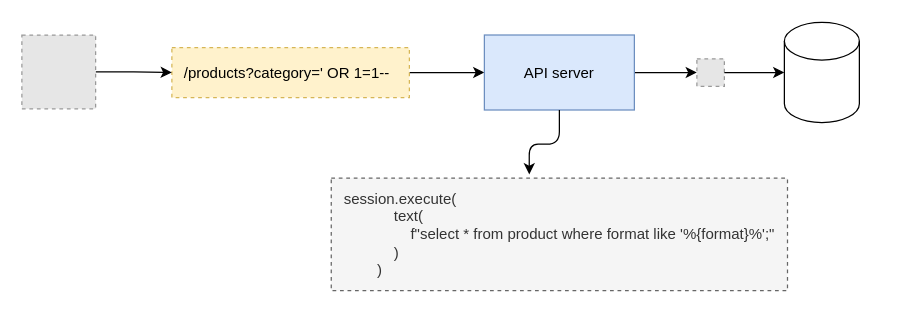
Earlier version of the draw.io diagram page "2.2" (2 of 3) of ch02.drawio (abunuwas/api-sec-book-imgs). Source tidied: cells renumbered, new cells numbered last; positions are measured from the earlier drawing's top-left corner, leaving out a move shared by most shapes. Both pictures are drawn from the tidied source at 125%, with x=0, y=0 at pixel (21, 22). Pictures stored in the file or linked from it are replaced by grey dashed boxes.
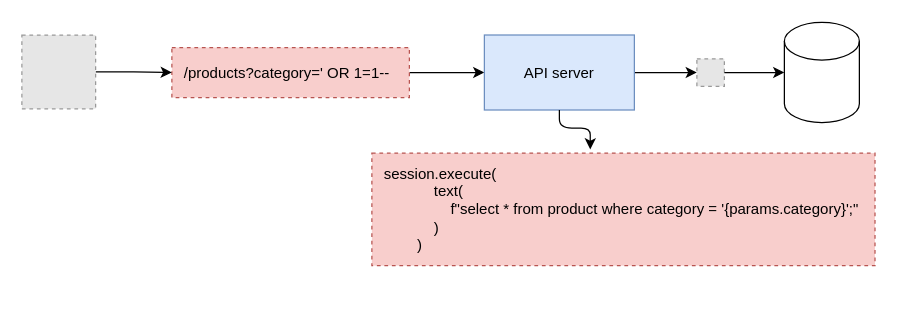
After the change.

Change to the diagram source:
```diff
@@
 <mxGraphModel>
   <root>
     <mxCell id="0" />
     <mxCell id="1" parent="0" />
     <mxCell id="2" style="edgeStyle=orthogonalEdgeStyle;rounded=0;jettySize=auto;html=1;entryX=0;entryY=0.5;entryDx=0;entryDy=0;" parent="1" edge="1" source="3" target="5">
       <mxGeometry relative="1" as="geometry" />
     </mxCell>
-    <mxCell id="3" value="/products?category=' OR 1=1--" style="rounded=0;whiteSpace=wrap;html=1;dashed=1;align=left;spacing=10;fillColor=#fff2cc;strokeColor=#d6b656;" parent="1" vertex="1">
+    <mxCell id="3" value="/products?category=' OR 1=1--" style="rounded=0;whiteSpace=wrap;html=1;dashed=1;align=left;spacing=10;fillColor=#f8cecc;strokeColor=#b85450;" parent="1" vertex="1">
       <mxGeometry x="120" y="19.5" width="190" height="40" as="geometry" />
     </mxCell>
     <mxCell id="4" style="edgeStyle=orthogonalEdgeStyle;rounded=0;jettySize=auto;html=1;entryX=0;entryY=0.5;entryDx=0;entryDy=0;" parent="1" edge="1" source="5" target="9">
       <mxGeometry relative="1" as="geometry" />
     </mxCell>
     <mxCell id="5" value="API server" style="rounded=0;whiteSpace=wrap;html=1;fillColor=#dae8fc;strokeColor=#6c8ebf;" parent="1" vertex="1">
       <mxGeometry x="370" y="9.5" width="120" height="60" as="geometry" />
     </mxCell>
     <mxCell id="6" style="edgeStyle=orthogonalEdgeStyle;rounded=0;jettySize=auto;html=1;entryX=0;entryY=0.5;entryDx=0;entryDy=0;" parent="1" edge="1" source="7" target="3">
       <mxGeometry relative="1" as="geometry" />
     </mxCell>
     <mxCell id="7" style="fillColor=#E6E6E6;strokeColor=#999999;dashed=1;html=1;verticalAlign=top;verticalLabelPosition=bottom;labelBackgroundColor=#ffffff;" parent="1" vertex="1">
       <mxGeometry y="9.5" width="59" height="59" as="geometry" />
     </mxCell>
     <mxCell id="8" style="shape=cylinder3;whiteSpace=wrap;html=1;boundedLbl=1;backgroundOutline=1;size=15;" parent="1" vertex="1">
       <mxGeometry x="610" y="-0.5" width="60" height="80" as="geometry" />
     </mxCell>
     <mxCell id="9" style="fillColor=#E6E6E6;strokeColor=#999999;dashed=1;html=1;verticalAlign=top;verticalLabelPosition=bottom;labelBackgroundColor=#ffffff;" parent="1" vertex="1">
       <mxGeometry x="540" y="28.5" width="22" height="22" as="geometry" />
     </mxCell>
     <mxCell id="10" style="edgeStyle=orthogonalEdgeStyle;rounded=0;jettySize=auto;html=1;entryX=0;entryY=0.5;entryDx=0;entryDy=0;entryPerimeter=0;" parent="1" edge="1" source="9" target="8">
       <mxGeometry relative="1" as="geometry" />
     </mxCell>
-    <mxCell id="11" value="&lt;div&gt;session.execute(&lt;/div&gt;&lt;div&gt;&amp;nbsp; &amp;nbsp; &amp;nbsp; &amp;nbsp; &amp;nbsp; &amp;nbsp; text(&lt;/div&gt;&lt;div&gt;&amp;nbsp; &amp;nbsp; &amp;nbsp; &amp;nbsp; &amp;nbsp; &amp;nbsp; &amp;nbsp; &amp;nbsp; f&quot;select * from product where f&lt;span style=&quot;background-color: initial;&quot;&gt;ormat like '%{format}%';&quot;&lt;/span&gt;&lt;/div&gt;&lt;div&gt;&amp;nbsp; &amp;nbsp; &amp;nbsp; &amp;nbsp; &amp;nbsp; &amp;nbsp; )&lt;/div&gt;&lt;div&gt;&amp;nbsp; &amp;nbsp; &amp;nbsp; &amp;nbsp; )&lt;/div&gt;" style="rounded=0;whiteSpace=wrap;html=1;align=left;spacing=10;dashed=1;fillColor=#f5f5f5;strokeColor=#666666;fontColor=#333333;" parent="1" vertex="1">
-      <mxGeometry x="247.5" y="124" width="365" height="90" as="geometry" />
+    <mxCell id="11" value="&lt;div&gt;session.execute(&lt;/div&gt;&lt;div&gt;&amp;nbsp; &amp;nbsp; &amp;nbsp; &amp;nbsp; &amp;nbsp; &amp;nbsp; text(&lt;/div&gt;&lt;div&gt;&amp;nbsp; &amp;nbsp; &amp;nbsp; &amp;nbsp; &amp;nbsp; &amp;nbsp; &amp;nbsp; &amp;nbsp; f&quot;select * from product where category&lt;span style=&quot;background-color: initial;&quot;&gt;&amp;nbsp;= '{params.category}';&quot;&lt;/span&gt;&lt;/div&gt;&lt;div&gt;&amp;nbsp; &amp;nbsp; &amp;nbsp; &amp;nbsp; &amp;nbsp; &amp;nbsp; )&lt;/div&gt;&lt;div&gt;&amp;nbsp; &amp;nbsp; &amp;nbsp; &amp;nbsp; )&lt;/div&gt;" style="rounded=0;whiteSpace=wrap;html=1;align=left;spacing=10;dashed=1;fillColor=#f8cecc;strokeColor=#b85450;" parent="1" vertex="1">
+      <mxGeometry x="280" y="104" width="402.5" height="90" as="geometry" />
     </mxCell>
     <mxCell id="12" style="edgeStyle=orthogonalEdgeStyle;rounded=1;jettySize=auto;html=1;entryX=0.434;entryY=-0.033;entryDx=0;entryDy=0;entryPerimeter=0;curved=0;" parent="1" edge="1" source="5" target="11">
-      <mxGeometry relative="1" as="geometry" />
+      <mxGeometry relative="1" as="geometry">
+        <Array as="points">
+          <mxPoint x="430" y="84" />
+          <mxPoint x="455" y="84" />
+        </Array>
+      </mxGeometry>
     </mxCell>
   </root>
 </mxGraphModel>
```
